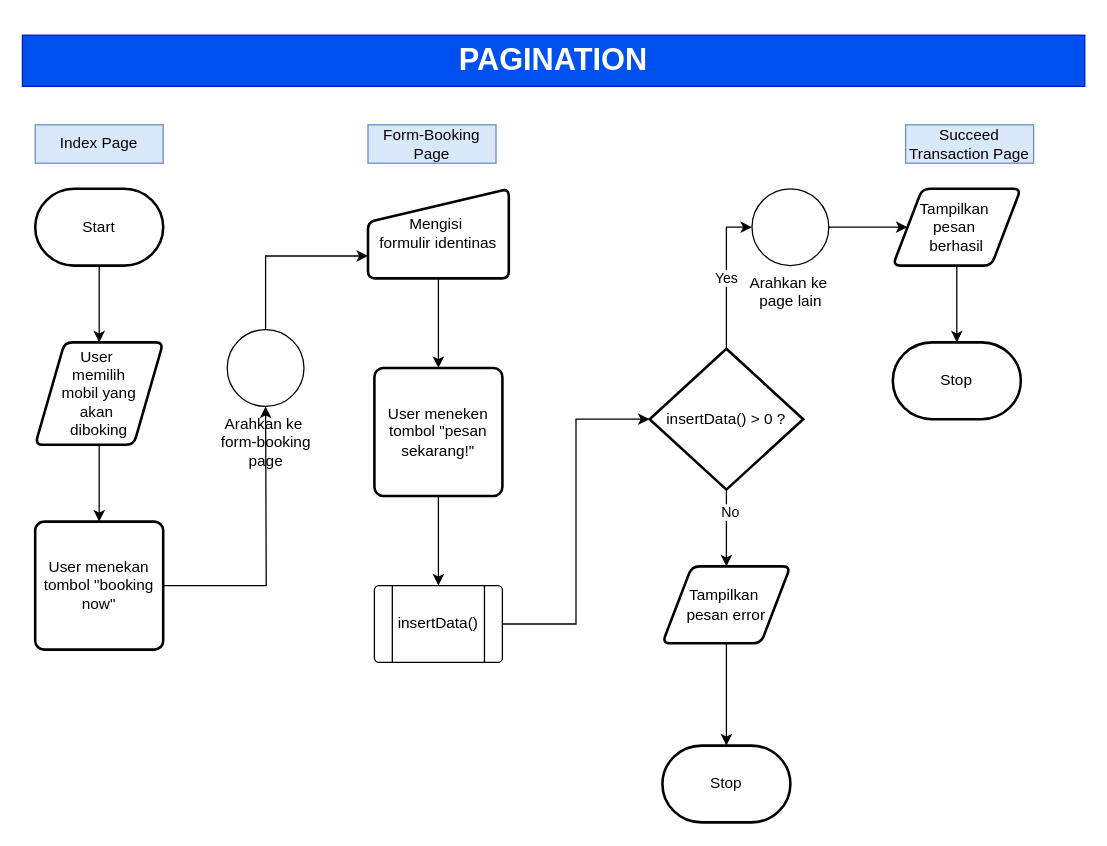
Before: page "pages" (1 of 2) of Algorithm Booking-System.drawio in Farhan-Nawwafal/flowcharts-algorithm, a draw.io diagram. Source tidied: cells renumbered, new cells numbered last; positions are measured from the earlier drawing's top-left corner, leaving out a move shared by most shapes. Both pictures are drawn from the tidied source at 128%, with x=0, y=0 at pixel (22, 35).
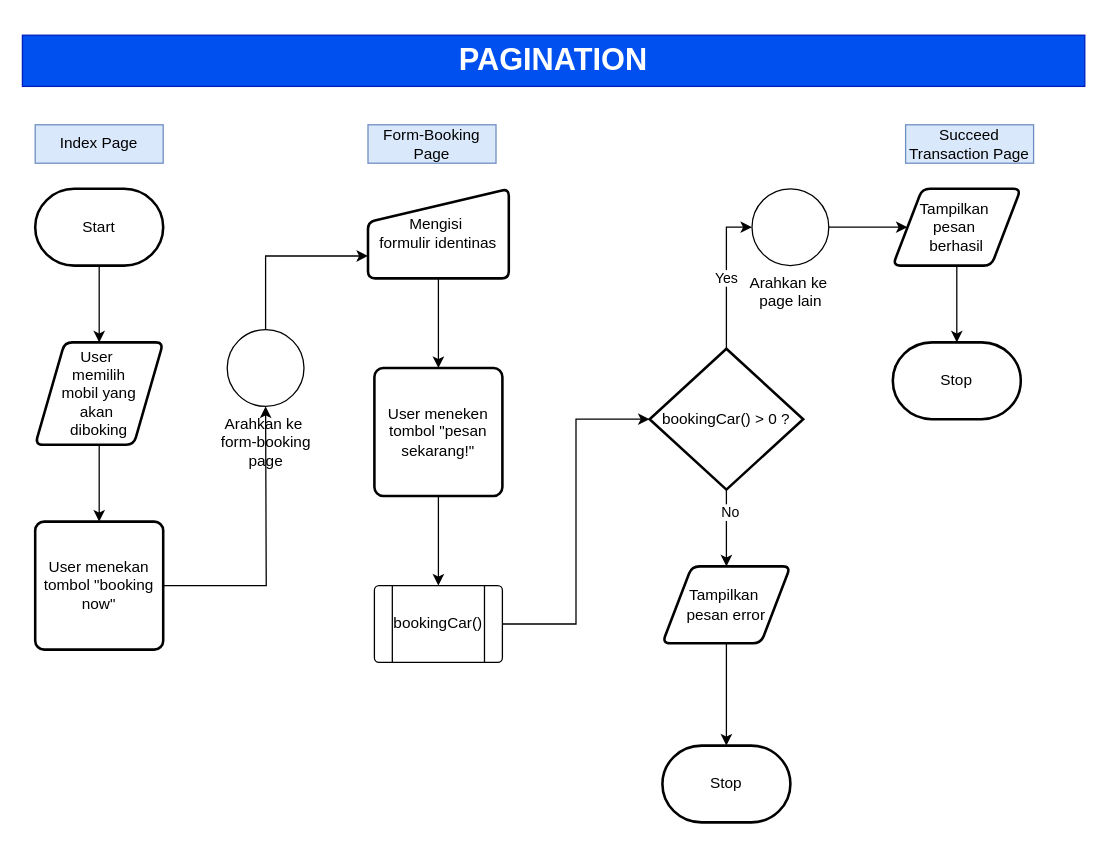
Above is the later version.

What changed in the source:
```diff
@@
-    <mxCell id="17" value="insertData()" style="text;html=1;align=center;verticalAlign=middle;whiteSpace=wrap;rounded=0;" parent="1" vertex="1">
+    <mxCell id="17" value="bookingCar()" style="text;html=1;align=center;verticalAlign=middle;whiteSpace=wrap;rounded=0;" parent="1" vertex="1">
       <mxGeometry x="295" y="445" width="60" height="30" as="geometry" />
     </mxCell>
@@
-    <mxCell id="20" value="insertData() &amp;gt; 0 ?" style="strokeWidth=2;html=1;shape=mxgraph.flowchart.decision;whiteSpace=wrap;" parent="1" vertex="1">
+    <mxCell id="20" value="bookingCar() &amp;gt; 0 ?" style="strokeWidth=2;html=1;shape=mxgraph.flowchart.decision;whiteSpace=wrap;" parent="1" vertex="1">
       <mxGeometry x="490" y="245" width="120" height="110" as="geometry" />
     </mxCell>
```
